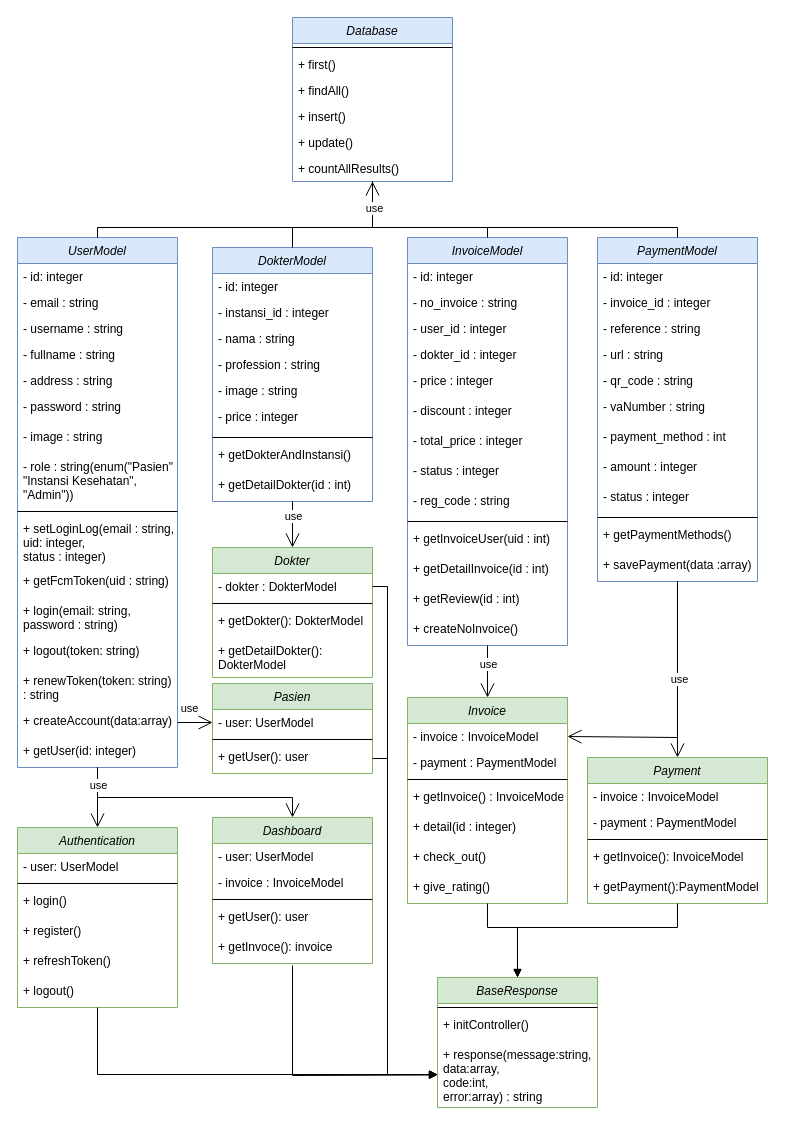
Above: page "Revisi 1.1" (2 of 4) of documents/Class Diagram.drawio in codernewbie04/MyDoc (draw.io), before the change. Source tidied: cells renumbered, new cells numbered last; positions are measured from the earlier drawing's top-left corner, leaving out a move shared by most shapes. Both pictures are drawn from the tidied source at 100%, with x=0, y=0 at pixel (17, 17).
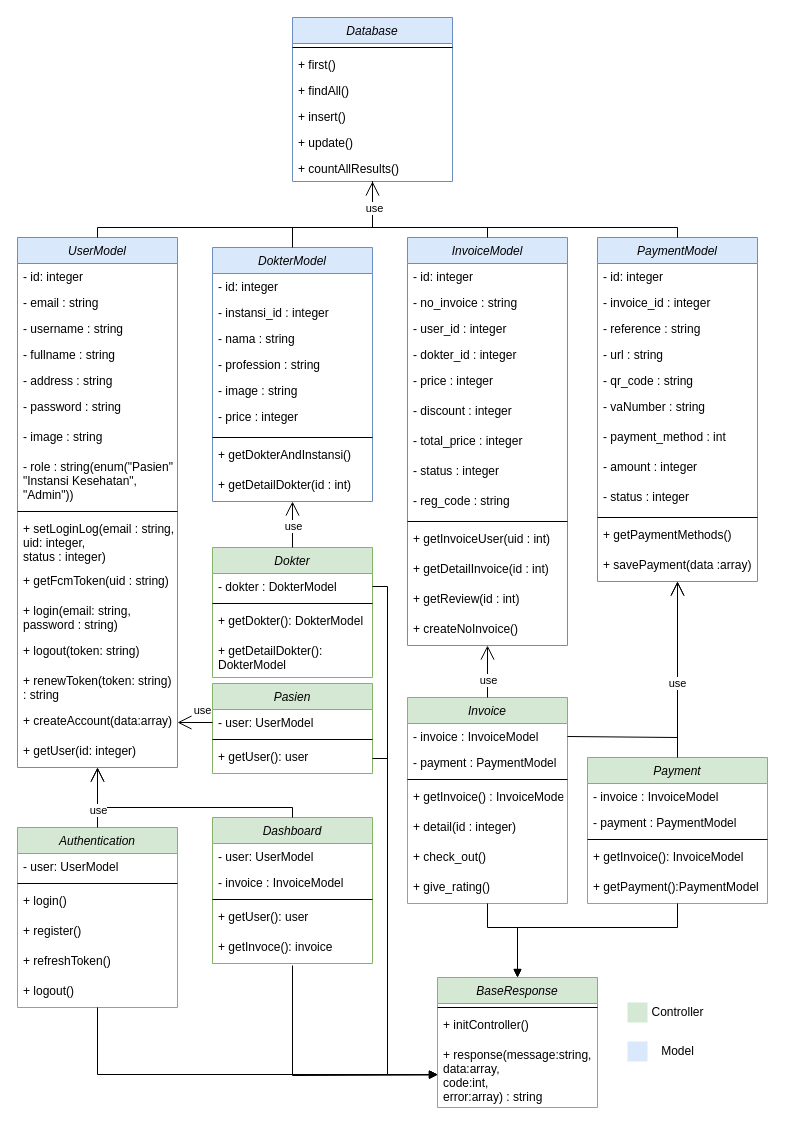
The same page after the edit.

The change refers to these unchanged cells:
```xml
<mxCell id="2" value="UserModel" style="swimlane;fontStyle=2;align=center;verticalAlign=top;horizontal=1;startSize=26;rounded=0;shadow=0;strokeWidth=1;fillColor=#dae8fc;strokeColor=#6c8ebf;" parent="1" vertex="1">
  <mxGeometry y="220" width="160" height="530" as="geometry" />
</mxCell>
<mxCell id="17" value="+ createAccount(data:array)" style="text;align=left;verticalAlign=top;spacingLeft=4;spacingRight=4;overflow=hidden;points=[[0,0.5],[1,0.5]];portConstraint=eastwest;rounded=0;shadow=0;html=0;" parent="2" vertex="1">
  <mxGeometry y="470" width="160" height="30" as="geometry" />
</mxCell>
<mxCell id="27" value="DokterModel" style="swimlane;fontStyle=2;align=center;verticalAlign=top;horizontal=1;startSize=26;rounded=0;shadow=0;strokeWidth=1;fillColor=#dae8fc;strokeColor=#6c8ebf;" parent="1" vertex="1">
  <mxGeometry x="195" y="230" width="160" height="254" as="geometry" />
</mxCell>
<mxCell id="38" value="InvoiceModel" style="swimlane;fontStyle=2;align=center;verticalAlign=top;horizontal=1;startSize=26;rounded=0;shadow=0;strokeWidth=1;fillColor=#dae8fc;strokeColor=#6c8ebf;" parent="1" vertex="1">
  <mxGeometry x="390" y="220" width="160" height="408" as="geometry" />
</mxCell>
<mxCell id="54" value="PaymentModel" style="swimlane;fontStyle=2;align=center;verticalAlign=top;horizontal=1;startSize=26;rounded=0;shadow=0;strokeWidth=1;fillColor=#dae8fc;strokeColor=#6c8ebf;" parent="1" vertex="1">
  <mxGeometry x="580" y="220" width="160" height="344" as="geometry" />
</mxCell>
<mxCell id="68" value="Dashboard" style="swimlane;fontStyle=2;align=center;verticalAlign=top;horizontal=1;startSize=26;rounded=0;shadow=0;strokeWidth=1;fillColor=#d5e8d4;strokeColor=#82b366;" parent="1" vertex="1">
  <mxGeometry x="195" y="800" width="160" height="146" as="geometry" />
</mxCell>
<mxCell id="74" value="Authentication" style="swimlane;fontStyle=2;align=center;verticalAlign=top;horizontal=1;startSize=26;rounded=0;shadow=0;strokeWidth=1;fillColor=#d5e8d4;strokeColor=#82b366;" parent="1" vertex="1">
  <mxGeometry y="810" width="160" height="180" as="geometry" />
</mxCell>
<mxCell id="82" value="- user: UserModel" style="text;align=left;verticalAlign=top;spacingLeft=4;spacingRight=4;overflow=hidden;points=[[0,0.5],[1,0.5]];portConstraint=eastwest;" parent="81" vertex="1">
  <mxGeometry y="26" width="160" height="26" as="geometry" />
</mxCell>
<mxCell id="85" value="Invoice" style="swimlane;fontStyle=2;align=center;verticalAlign=top;horizontal=1;startSize=26;rounded=0;shadow=0;strokeWidth=1;fillColor=#d5e8d4;strokeColor=#82b366;" parent="1" vertex="1">
  <mxGeometry x="390" y="680" width="160" height="206" as="geometry" />
</mxCell>
<mxCell id="86" value="- invoice : InvoiceModel" style="text;align=left;verticalAlign=top;spacingLeft=4;spacingRight=4;overflow=hidden;points=[[0,0.5],[1,0.5]];portConstraint=eastwest;" parent="85" vertex="1">
  <mxGeometry y="26" width="160" height="26" as="geometry" />
</mxCell>
<mxCell id="93" value="Payment" style="swimlane;fontStyle=2;align=center;verticalAlign=top;horizontal=1;startSize=26;rounded=0;shadow=0;strokeWidth=1;fillColor=#d5e8d4;strokeColor=#82b366;" parent="1" vertex="1">
  <mxGeometry x="570" y="740" width="180" height="146" as="geometry" />
</mxCell>
<mxCell id="108" value="Dokter" style="swimlane;fontStyle=2;align=center;verticalAlign=top;horizontal=1;startSize=26;rounded=0;shadow=0;strokeWidth=1;fillColor=#d5e8d4;strokeColor=#82b366;" parent="1" vertex="1">
  <mxGeometry x="195" y="530" width="160" height="130" as="geometry" />
</mxCell>
```

Diff of the diagram source:
```diff
@@
-    <mxCell id="114" style="endArrow=open;endFill=1;endSize=12;html=1;rounded=0;exitX=1;exitY=0.5;exitDx=0;exitDy=0;entryX=0;entryY=0.5;entryDx=0;entryDy=0;" parent="1" edge="1" source="17" target="82">
+    <mxCell id="114" style="endArrow=open;endFill=1;endSize=12;html=1;rounded=0;entryX=1;entryY=0.5;entryDx=0;entryDy=0;exitX=0;exitY=0.5;exitDx=0;exitDy=0;" parent="1" edge="1" source="82" target="17">
       <mxGeometry relative="1" as="geometry" />
     </mxCell>
@@
-    <mxCell id="116" style="endArrow=open;endFill=1;endSize=12;html=1;rounded=0;entryX=0.5;entryY=0;entryDx=0;entryDy=0;exitX=0.5;exitY=1;exitDx=0;exitDy=0;" parent="1" edge="1" source="2" target="74">
+    <mxCell id="116" style="endArrow=open;endFill=1;endSize=12;html=1;rounded=0;entryX=0.5;entryY=1;entryDx=0;entryDy=0;exitX=0.5;exitY=0;exitDx=0;exitDy=0;" parent="1" edge="1" source="74" target="2">
       <mxGeometry relative="1" as="geometry" />
     </mxCell>
-    <mxCell id="117" style="endArrow=open;endFill=1;endSize=12;html=1;rounded=0;entryX=0.5;entryY=0;entryDx=0;entryDy=0;exitX=0.5;exitY=1;exitDx=0;exitDy=0;" parent="1" edge="1" source="2" target="68">
+    <mxCell id="117" style="endArrow=open;endFill=1;endSize=12;html=1;rounded=0;entryX=0.5;entryY=1;entryDx=0;entryDy=0;exitX=0.5;exitY=0;exitDx=0;exitDy=0;" parent="1" edge="1" source="68" target="2">
       <mxGeometry relative="1" as="geometry">
         <Array as="points">
-          <mxPoint x="80" y="780" />
-          <mxPoint x="275" y="780" />
+          <mxPoint x="275" y="790" />
+          <mxPoint x="80" y="790" />
         </Array>
       </mxGeometry>
     </mxCell>
     <mxCell id="118" value="use" style="edgeLabel;html=1;align=center;verticalAlign=middle;" parent="117" vertex="1">
-      <mxGeometry x="-0.86" relative="1" as="geometry" />
+      <mxGeometry x="-0.86" relative="1" as="geometry">
+        <mxPoint x="-188" y="2" as="offset" />
+      </mxGeometry>
     </mxCell>
-    <mxCell id="119" style="endArrow=open;endFill=1;endSize=12;html=1;rounded=0;exitX=0.5;exitY=1;exitDx=0;exitDy=0;" parent="1" edge="1" source="27" target="108">
+    <mxCell id="119" style="endArrow=open;endFill=1;endSize=12;html=1;rounded=0;entryX=0.5;entryY=1;entryDx=0;entryDy=0;exitX=0.5;exitY=0;exitDx=0;exitDy=0;" parent="1" edge="1" source="108" target="27">
       <mxGeometry relative="1" as="geometry" />
     </mxCell>
     <mxCell id="120" value="use" style="edgeLabel;html=1;align=center;verticalAlign=middle;" parent="119" vertex="1">
-      <mxGeometry x="-0.38" relative="1" as="geometry" />
+      <mxGeometry x="-0.38" relative="1" as="geometry">
+        <mxPoint y="-8" as="offset" />
+      </mxGeometry>
     </mxCell>
-    <mxCell id="121" style="endArrow=open;endFill=1;endSize=12;html=1;rounded=0;exitX=0.5;exitY=1;exitDx=0;exitDy=0;entryX=0.5;entryY=0;entryDx=0;entryDy=0;" parent="1" edge="1" source="38" target="85">
+    <mxCell id="121" style="endArrow=open;endFill=1;endSize=12;html=1;rounded=0;exitX=0.5;exitY=0;exitDx=0;exitDy=0;entryX=0.5;entryY=1;entryDx=0;entryDy=0;" parent="1" edge="1" source="85" target="38">
       <mxGeometry relative="1" as="geometry" />
     </mxCell>
@@
-    <mxCell id="123" style="endArrow=open;endFill=1;endSize=12;html=1;rounded=0;entryX=0.5;entryY=0;entryDx=0;entryDy=0;exitX=0.5;exitY=1;exitDx=0;exitDy=0;" parent="1" edge="1" source="54" target="93">
+    <mxCell id="123" style="endArrow=open;endFill=1;endSize=12;html=1;rounded=0;entryX=0.5;entryY=1;entryDx=0;entryDy=0;exitX=0.5;exitY=0;exitDx=0;exitDy=0;" parent="1" edge="1" source="93" target="54">
       <mxGeometry relative="1" as="geometry" />
     </mxCell>
-    <mxCell id="124" style="endArrow=open;endFill=1;endSize=12;html=1;rounded=0;entryX=1;entryY=0.5;entryDx=0;entryDy=0;exitX=0.5;exitY=1;exitDx=0;exitDy=0;" parent="1" edge="1" source="54" target="86">
+    <mxCell id="124" style="endArrow=open;endFill=1;endSize=12;html=1;rounded=0;exitX=1;exitY=0.5;exitDx=0;exitDy=0;entryX=0.5;entryY=1;entryDx=0;entryDy=0;" parent="1" edge="1" source="86" target="54">
       <mxGeometry relative="1" as="geometry">
         <Array as="points">
           <mxPoint x="660" y="720" />
         </Array>
       </mxGeometry>
     </mxCell>
     <mxCell id="125" value="use" style="edgeLabel;html=1;align=center;verticalAlign=middle;" parent="124" vertex="1">
-      <mxGeometry x="-0.27" y="1" relative="1" as="geometry" />
+      <mxGeometry x="-0.27" y="1" relative="1" as="geometry">
+        <mxPoint x="12" y="-53" as="offset" />
+      </mxGeometry>
     </mxCell>
@@
+    <mxCell id="128" style="group;" parent="1" vertex="1">
+      <mxGeometry x="610" y="980" width="90" height="30" as="geometry" />
+    </mxCell>
+    <mxCell id="129" style="rounded=0;whiteSpace=wrap;html=1;fillColor=#d5e8d4;strokeColor=none;" parent="128" vertex="1">
+      <mxGeometry y="5" width="20" height="20" as="geometry" />
+    </mxCell>
+    <mxCell id="130" value="Controller" style="text;html=1;align=center;verticalAlign=middle;strokeColor=none;fillColor=none;" parent="128" vertex="1">
+      <mxGeometry x="10" width="80" height="30" as="geometry" />
+    </mxCell>
+    <mxCell id="131" style="group;" parent="1" vertex="1">
+      <mxGeometry x="610" y="1019" width="90" height="30" as="geometry" />
+    </mxCell>
+    <mxCell id="132" style="rounded=0;whiteSpace=wrap;html=1;fillColor=#dae8fc;strokeColor=none;" parent="131" vertex="1">
+      <mxGeometry y="5" width="20" height="20" as="geometry" />
+    </mxCell>
+    <mxCell id="133" value="Model" style="text;html=1;align=center;verticalAlign=middle;strokeColor=none;fillColor=none;" parent="131" vertex="1">
+      <mxGeometry x="20" width="60" height="30" as="geometry" />
+    </mxCell>
```
